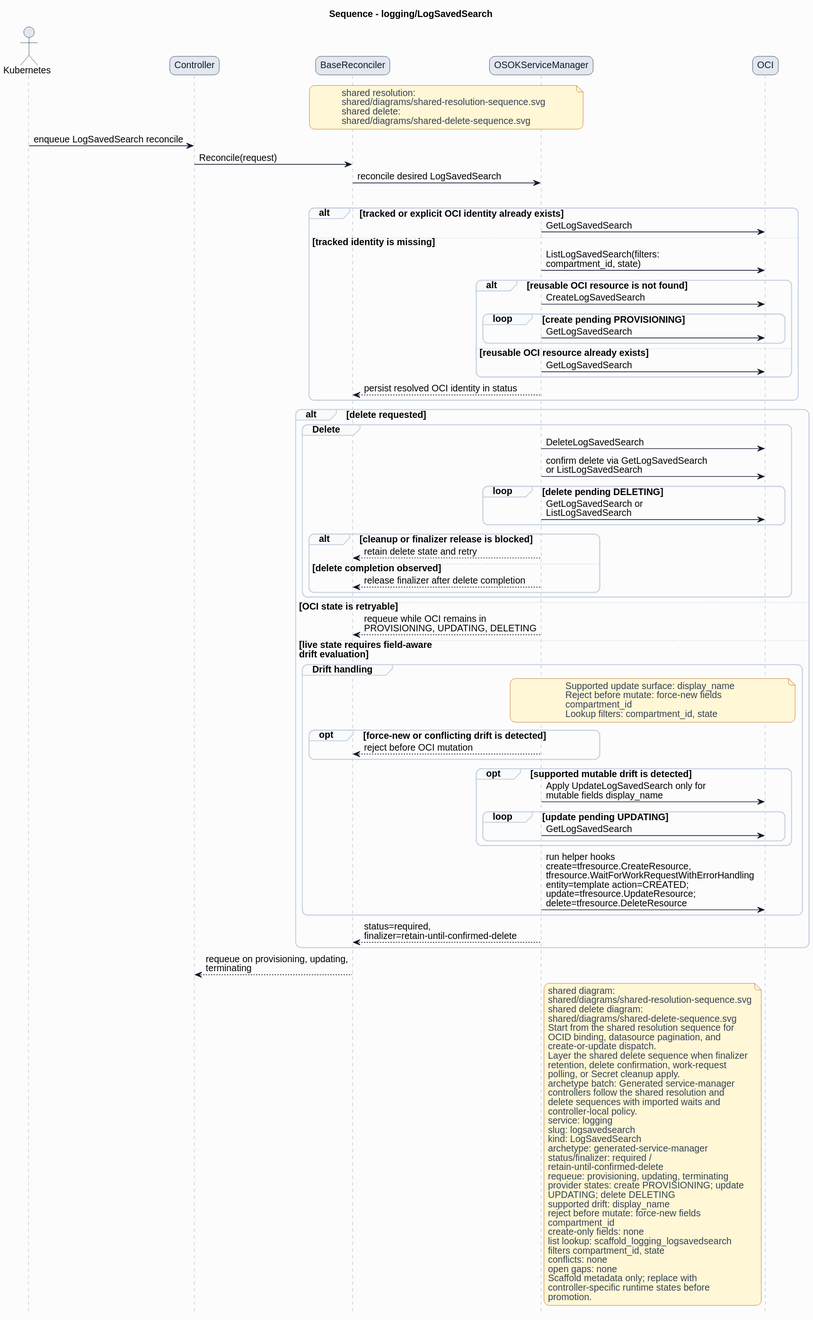
The PlantUML diagram formal/controllers/logging/logsavedsearch/diagrams/sequence.svg in HaoyL666/oci-service-operator, before a commit. Its diagram source:
```plantuml
@startuml
skinparam shadowing false
skinparam backgroundColor #fcfcfd
skinparam defaultFontName Helvetica
skinparam defaultFontSize 14
skinparam arrowColor #0f172a
skinparam noteBackgroundColor #fff7d6
skinparam noteBorderColor #b45309
skinparam noteFontColor #334155
skinparam roundcorner 16
title Sequence - logging/LogSavedSearch
hide footbox
skinparam sequence {
  actorBorderColor #0f172a
  actorBackgroundColor #e2e8f0
  participantBorderColor #0f172a
  participantBackgroundColor #e2e8f0
  participantFontColor #0f172a
  lifeLineBorderColor #94a3b8
  groupBorderColor #cbd5e1
  groupBackgroundColor #f8fafc
}
actor Kubernetes
participant Controller
participant BaseReconciler
participant "OSOKServiceManager" as ServiceManager
participant OCI
note over BaseReconciler,ServiceManager
shared resolution:
shared/diagrams/shared-resolution-sequence.svg
shared delete:
shared/diagrams/shared-delete-sequence.svg
end note
Kubernetes -> Controller: enqueue LogSavedSearch reconcile
Controller -> BaseReconciler: Reconcile(request)
BaseReconciler -> ServiceManager: reconcile desired LogSavedSearch
group Lookup and bind
alt tracked or explicit OCI identity already exists
ServiceManager -> OCI: GetLogSavedSearch
else tracked identity is missing
ServiceManager -> OCI: ListLogSavedSearch(filters:\ncompartment_id, state)
alt reusable OCI resource is not found
ServiceManager -> OCI: CreateLogSavedSearch
loop create pending PROVISIONING
ServiceManager -> OCI: GetLogSavedSearch
end
else reusable OCI resource already exists
ServiceManager -> OCI: GetLogSavedSearch
end
ServiceManager --> BaseReconciler: persist resolved OCI identity in status
end
alt delete requested
group Delete
ServiceManager -> OCI: DeleteLogSavedSearch
ServiceManager -> OCI: confirm delete via GetLogSavedSearch\nor ListLogSavedSearch
loop delete pending DELETING
ServiceManager -> OCI: GetLogSavedSearch or\nListLogSavedSearch
end
alt cleanup or finalizer release is blocked
ServiceManager --> BaseReconciler: retain delete state and retry
else delete completion observed
ServiceManager --> BaseReconciler: release finalizer after delete completion
end
end
else OCI state is retryable
ServiceManager --> BaseReconciler: requeue while OCI remains in\nPROVISIONING, UPDATING, DELETING
else live state requires field-aware\ndrift evaluation
group Drift handling
note over ServiceManager,OCI
Supported update surface: display_name
Reject before mutate: force-new fields
compartment_id
Lookup filters: compartment_id, state
end note
opt force-new or conflicting drift is detected
ServiceManager --> BaseReconciler: reject before OCI mutation
end
opt supported mutable drift is detected
ServiceManager -> OCI: Apply UpdateLogSavedSearch only for\nmutable fields display_name
loop update pending UPDATING
ServiceManager -> OCI: GetLogSavedSearch
end
end
ServiceManager -> OCI: run helper hooks\ncreate=tfresource.CreateResource,\ntfresource.WaitForWorkRequestWithErrorHandling\nentity=template action=CREATED;\nupdate=tfresource.UpdateResource;\ndelete=tfresource.DeleteResource
end
ServiceManager --> BaseReconciler: status=required,\nfinalizer=retain-until-confirmed-delete
end
BaseReconciler --> Controller: requeue on provisioning, updating,\nterminating
note right of ServiceManager
shared diagram:
shared/diagrams/shared-resolution-sequence.svg
shared delete diagram:
shared/diagrams/shared-delete-sequence.svg
Start from the shared resolution sequence for
OCID binding, datasource pagination, and
create-or-update dispatch.
Layer the shared delete sequence when finalizer
retention, delete confirmation, work-request
polling, or Secret cleanup apply.
archetype batch: Generated service-manager
controllers follow the shared resolution and
delete sequences with imported waits and
controller-local policy.
service: logging
slug: logsavedsearch
kind: LogSavedSearch
archetype: generated-service-manager
status/finalizer: required /
retain-until-confirmed-delete
requeue: provisioning, updating, terminating
provider states: create PROVISIONING; update
UPDATING; delete DELETING
supported drift: display_name
reject before mutate: force-new fields
compartment_id
create-only fields: none
list lookup: scaffold_logging_logsavedsearch
filters compartment_id, state
conflicts: none
open gaps: none
Scaffold metadata only; replace with
controller-specific runtime states before
promotion.
end note
@enduml
```
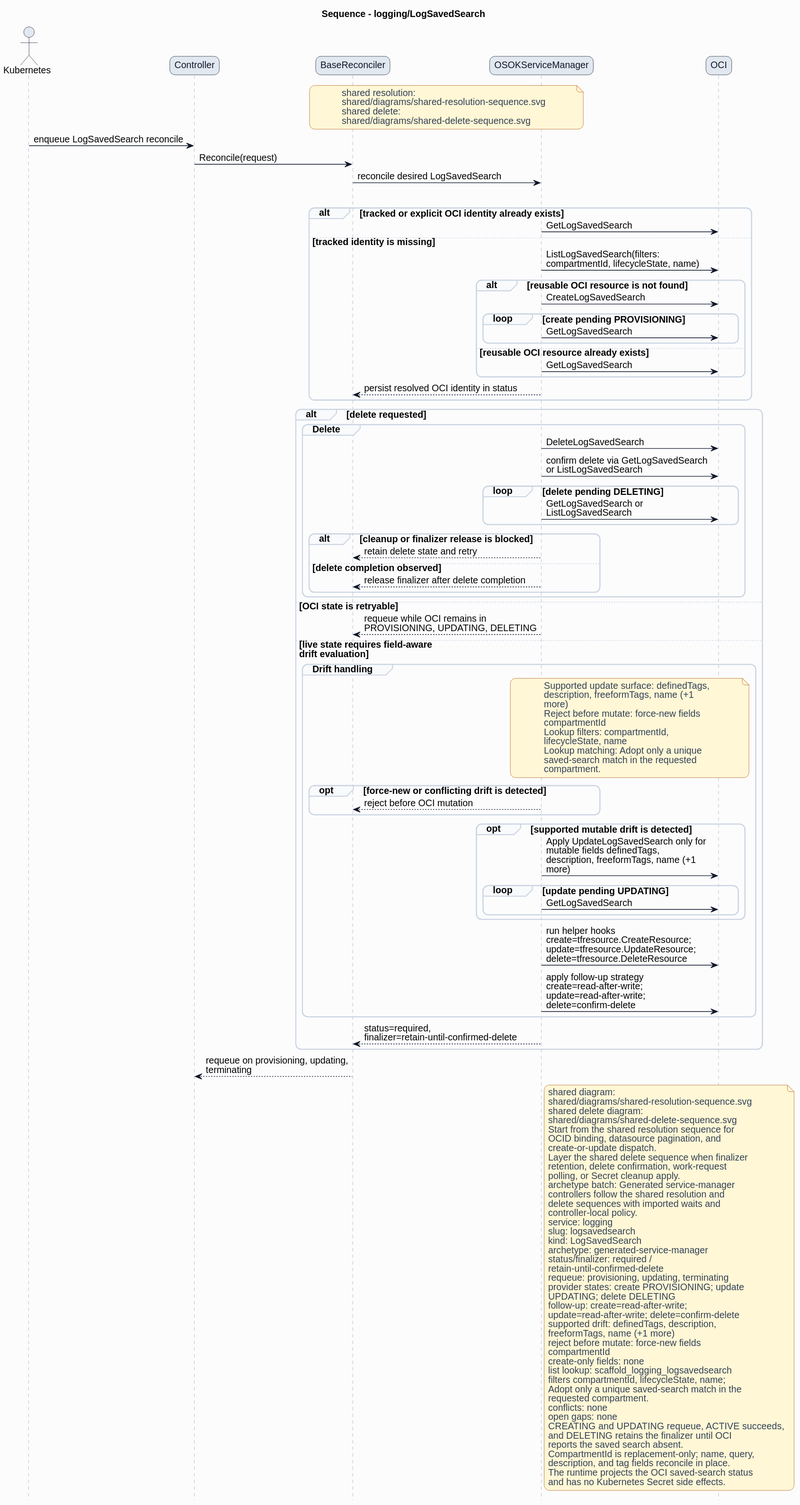
After the commit.

Diff of the diagram source:
```diff
@@ -38,7 +38,7 @@
 alt tracked or explicit OCI identity already exists
 ServiceManager -> OCI: GetLogSavedSearch
 else tracked identity is missing
-ServiceManager -> OCI: ListLogSavedSearch(filters:\ncompartment_id, state)
+ServiceManager -> OCI: ListLogSavedSearch(filters:\ncompartmentId, lifecycleState, name)
 alt reusable OCI resource is not found
 ServiceManager -> OCI: CreateLogSavedSearch
 loop create pending PROVISIONING
@@ -67,21 +67,28 @@
 else live state requires field-aware\ndrift evaluation
 group Drift handling
 note over ServiceManager,OCI
-Supported update surface: display_name
+Supported update surface: definedTags,
+description, freeformTags, name (+1
+more)
 Reject before mutate: force-new fields
-compartment_id
-Lookup filters: compartment_id, state
+compartmentId
+Lookup filters: compartmentId,
+lifecycleState, name
+Lookup matching: Adopt only a unique
+saved-search match in the requested
+compartment.
 end note
 opt force-new or conflicting drift is detected
 ServiceManager --> BaseReconciler: reject before OCI mutation
 end
 opt supported mutable drift is detected
-ServiceManager -> OCI: Apply UpdateLogSavedSearch only for\nmutable fields display_name
+ServiceManager -> OCI: Apply UpdateLogSavedSearch only for\nmutable fields definedTags,\ndescription, freeformTags, name (+1\nmore)
 loop update pending UPDATING
 ServiceManager -> OCI: GetLogSavedSearch
 end
 end
-ServiceManager -> OCI: run helper hooks\ncreate=tfresource.CreateResource,\ntfresource.WaitForWorkRequestWithErrorHandling\nentity=template action=CREATED;\nupdate=tfresource.UpdateResource;\ndelete=tfresource.DeleteResource
+ServiceManager -> OCI: run helper hooks\ncreate=tfresource.CreateResource;\nupdate=tfresource.UpdateResource;\ndelete=tfresource.DeleteResource
+ServiceManager -> OCI: apply follow-up strategy\ncreate=read-after-write;\nupdate=read-after-write;\ndelete=confirm-delete
 end
 ServiceManager --> BaseReconciler: status=required,\nfinalizer=retain-until-confirmed-delete
 end
@@ -110,16 +117,25 @@
 requeue: provisioning, updating, terminating
 provider states: create PROVISIONING; update
 UPDATING; delete DELETING
-supported drift: display_name
+follow-up: create=read-after-write;
+update=read-after-write; delete=confirm-delete
+supported drift: definedTags, description,
+freeformTags, name (+1 more)
 reject before mutate: force-new fields
-compartment_id
+compartmentId
 create-only fields: none
 list lookup: scaffold_logging_logsavedsearch
-filters compartment_id, state
+filters compartmentId, lifecycleState, name;
+Adopt only a unique saved-search match in the
+requested compartment.
 conflicts: none
 open gaps: none
-Scaffold metadata only; replace with
-controller-specific runtime states before
-promotion.
+CREATING and UPDATING requeue, ACTIVE succeeds,
+and DELETING retains the finalizer until OCI
+reports the saved search absent.
+CompartmentId is replacement-only; name, query,
+description, and tag fields reconcile in place.
+The runtime projects the OCI saved-search status
+and has no Kubernetes Secret side effects.
 end note
 @enduml
```
